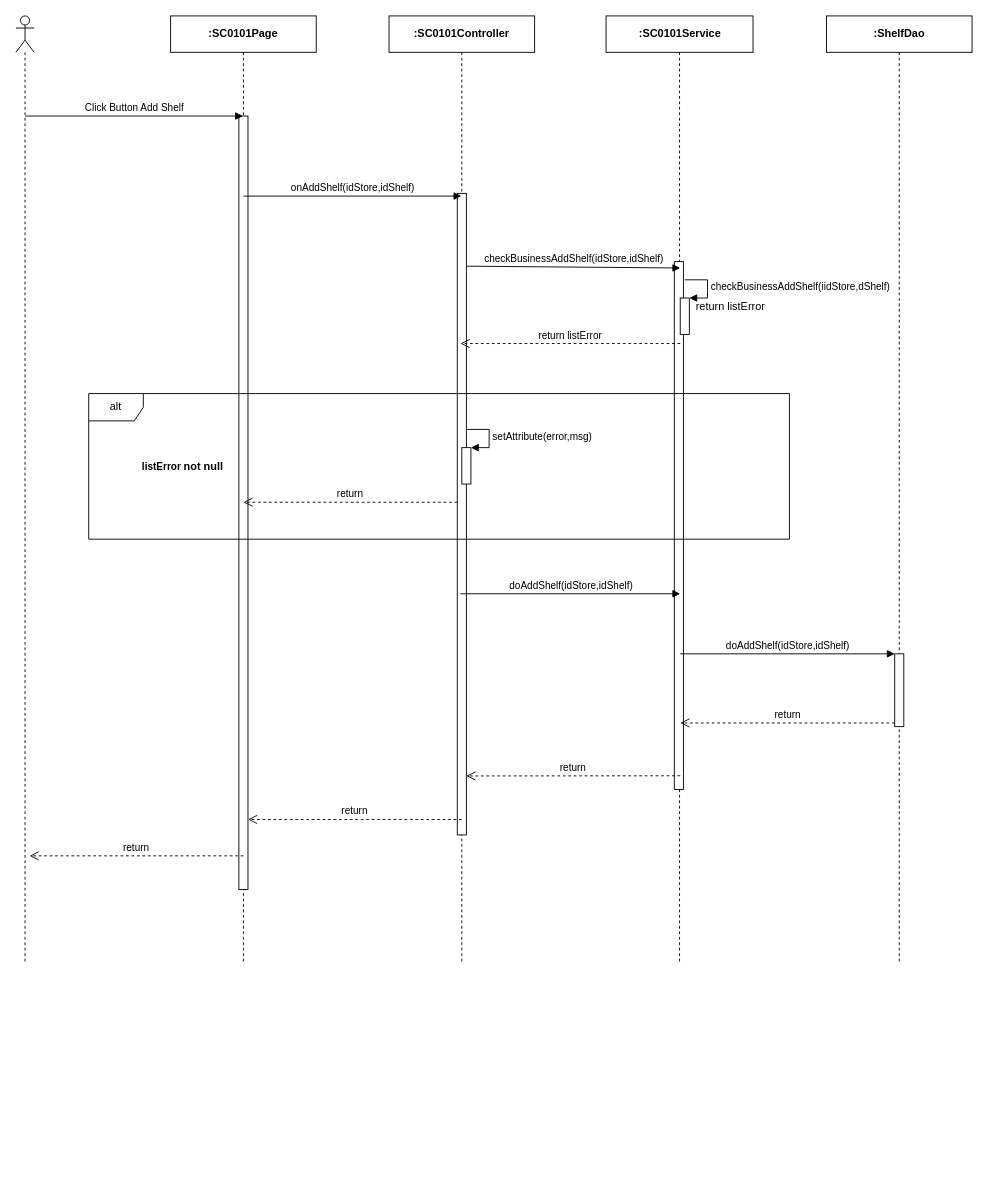
Above: page "Ev05" (5 of 7) of Users/LuanNM/SEQ Diagram Review/sc01/SC0101_StoreDetail.drawio in luannmdev/CapstoneDocument (draw.io), before the change. Source tidied: cells renumbered, new cells numbered last; positions are measured from the earlier drawing's top-left corner, leaving out a move shared by most shapes. Both pictures are drawn from the tidied source at 91%, with x=0, y=0 at pixel (15, 15).
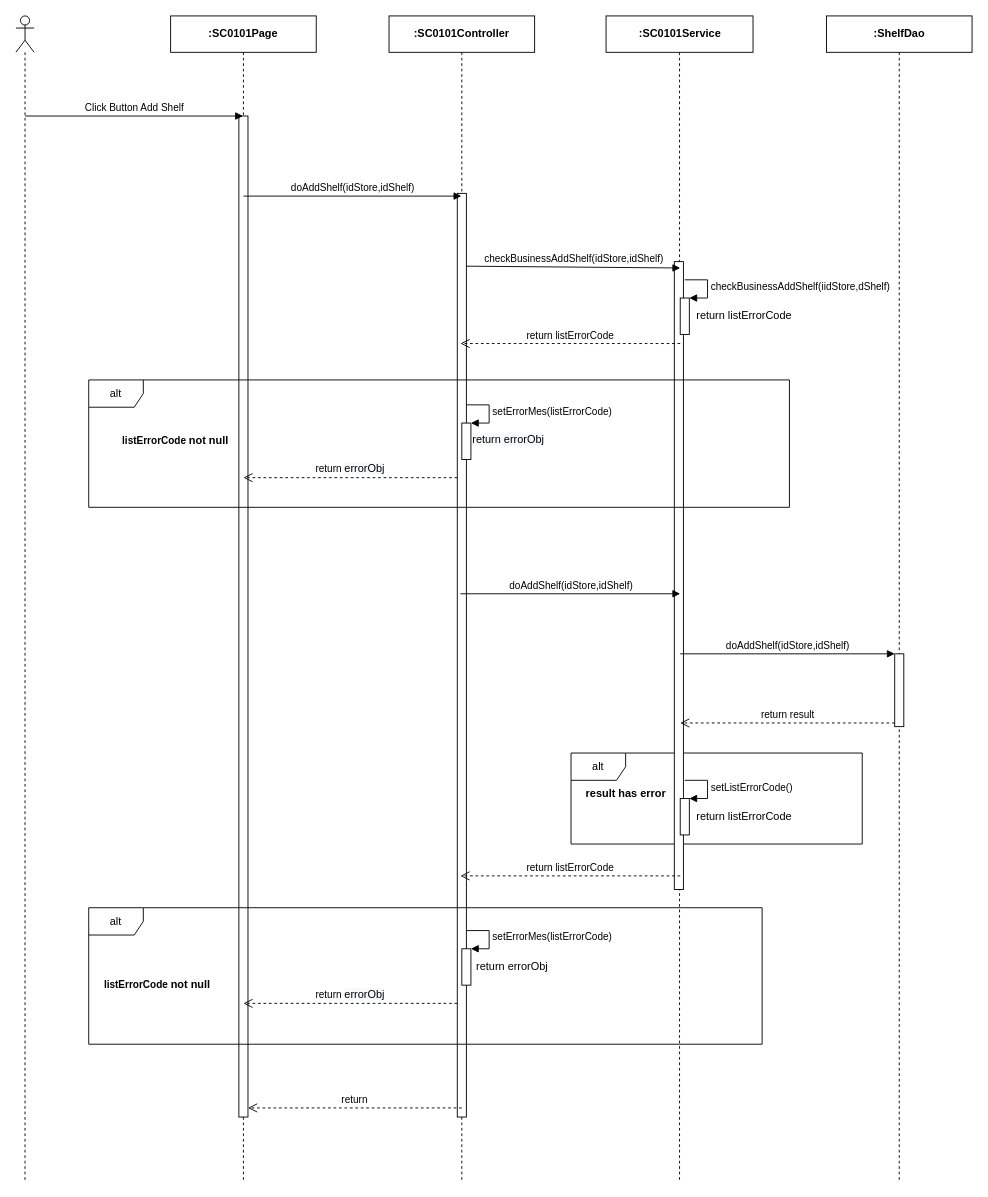
The same page after the edit.

Unchanged cells that the change refers to:
```xml
<mxCell id="24" style="html=1;points=[];perimeter=orthogonalPerimeter;" parent="1" vertex="1">
  <mxGeometry x="965.7" y="701" width="10" height="80" as="geometry" />
</mxCell>
```

The edit, as a diff of the source:
```diff
@@
+    <mxCell id="29" value="alt" style="shape=umlFrame;whiteSpace=wrap;html=1;" parent="1" vertex="1">
+      <mxGeometry x="610" y="810" width="320" height="100" as="geometry" />
+    </mxCell>
     <mxCell id="2" style="shape=umlLifeline;participant=umlActor;perimeter=lifelinePerimeter;whiteSpace=wrap;html=1;verticalAlign=top;spacingTop=36;" parent="1" vertex="1">
-      <mxGeometry width="20" height="1040" as="geometry" />
+      <mxGeometry width="20" height="1280" as="geometry" />
     </mxCell>
     <mxCell id="3" value="&lt;b&gt;:SC0101Page&lt;/b&gt;" style="shape=umlLifeline;perimeter=lifelinePerimeter;whiteSpace=wrap;html=1;outlineConnect=0;" parent="1" vertex="1">
-      <mxGeometry x="170" width="160" height="1040" as="geometry" />
+      <mxGeometry x="170" width="160" height="1280" as="geometry" />
     </mxCell>
     <mxCell id="4" style="html=1;perimeter=orthogonalPerimeter;" parent="3" vertex="1">
-      <mxGeometry x="75" y="110" width="10" height="850" as="geometry" />
+      <mxGeometry x="75" y="110" width="10" height="1100" as="geometry" />
     </mxCell>
     <mxCell id="5" value="&lt;b&gt;:ShelfDao&lt;/b&gt;" style="shape=umlLifeline;perimeter=lifelinePerimeter;whiteSpace=wrap;html=1;" parent="1" vertex="1">
-      <mxGeometry x="890.7" width="160" height="1040" as="geometry" />
+      <mxGeometry x="890.7" width="160" height="1280" as="geometry" />
     </mxCell>
     <mxCell id="6" value="&lt;b&gt;:&lt;/b&gt;&lt;b&gt;SC0101&lt;/b&gt;&lt;b&gt;Service&lt;/b&gt;" style="shape=umlLifeline;perimeter=lifelinePerimeter;whiteSpace=wrap;html=1;" parent="1" vertex="1">
-      <mxGeometry x="648.5" width="161.5" height="1040" as="geometry" />
+      <mxGeometry x="648.5" width="161.5" height="1280" as="geometry" />
     </mxCell>
     <mxCell id="7" style="html=1;perimeter=orthogonalPerimeter;" parent="6" vertex="1">
-      <mxGeometry x="75" y="270" width="10" height="580" as="geometry" />
+      <mxGeometry x="75" y="270" width="10" height="690" as="geometry" />
     </mxCell>
     <mxCell id="8" value="&lt;b&gt;:SC0101Controller&lt;/b&gt;" style="shape=umlLifeline;perimeter=lifelinePerimeter;whiteSpace=wrap;html=1;" parent="1" vertex="1">
-      <mxGeometry x="410" width="160" height="1040" as="geometry" />
+      <mxGeometry x="410" width="160" height="1280" as="geometry" />
     </mxCell>
     <mxCell id="9" style="html=1;perimeter=orthogonalPerimeter;" parent="8" vertex="1">
-      <mxGeometry x="75" y="195" width="10" height="705" as="geometry" />
+      <mxGeometry x="75" y="195" width="10" height="1015" as="geometry" />
     </mxCell>
@@
-    <mxCell id="11" value="onAddShelf(idStore,idShelf)" style="html=1;verticalAlign=bottom;endArrow=block;" parent="1" edge="1">
+    <mxCell id="11" value="doAddShelf(idStore,idShelf)" style="html=1;verticalAlign=bottom;endArrow=block;" parent="1" edge="1">
       <mxGeometry relative="1" as="geometry">
         <mxPoint x="250" y="198" as="sourcePoint" />
         <mxPoint x="489.5" y="198" as="targetPoint" />
       </mxGeometry>
     </mxCell>
@@
-    <mxCell id="13" value="return listError" style="html=1;verticalAlign=bottom;endArrow=open;dashed=1;endSize=8;" parent="1" edge="1">
+    <mxCell id="13" value="return listErrorCode" style="html=1;verticalAlign=bottom;endArrow=open;dashed=1;endSize=8;" parent="1" edge="1">
       <mxGeometry relative="1" as="geometry">
         <mxPoint x="730" y="360" as="sourcePoint" />
         <mxPoint x="488.5" y="360" as="targetPoint" />
       </mxGeometry>
     </mxCell>
-    <mxCell id="14" value="alt" style="shape=umlFrame;whiteSpace=wrap;html=1;" parent="1" vertex="1">
-      <mxGeometry x="80" y="415" width="770" height="160" as="geometry" />
-    </mxCell>
-    <mxCell id="15" value="&lt;span style=&quot;font-size: 11px ; background-color: rgb(255 , 255 , 255)&quot;&gt;&lt;b&gt;listError&amp;nbsp;&lt;/b&gt;&lt;/span&gt;&lt;b&gt;not null&lt;/b&gt;" style="text;html=1;align=center;verticalAlign=middle;" parent="1" vertex="1">
-      <mxGeometry x="133" y="485" width="100" height="20" as="geometry" />
-    </mxCell>
-    <mxCell id="16" style="html=1;points=[];perimeter=orthogonalPerimeter;" parent="1" vertex="1">
-      <mxGeometry x="490" y="474.4" width="10" height="40" as="geometry" />
-    </mxCell>
-    <mxCell id="17" value="setAttribute(error,msg)" style="edgeStyle=orthogonalEdgeStyle;html=1;align=left;spacingLeft=2;endArrow=block;rounded=0;entryX=1;entryY=0;" parent="1" edge="1" target="16">
-      <mxGeometry relative="1" as="geometry">
-        <mxPoint x="495" y="454.4" as="sourcePoint" />
-        <Array as="points">
-          <mxPoint x="520" y="454.4" />
-        </Array>
-      </mxGeometry>
-    </mxCell>
-    <mxCell id="18" value="return" style="html=1;verticalAlign=bottom;endArrow=open;dashed=1;endSize=8;" parent="1" edge="1">
-      <mxGeometry relative="1" as="geometry">
-        <mxPoint x="485" y="534.4" as="sourcePoint" />
-        <mxPoint x="250" y="534.4" as="targetPoint" />
-      </mxGeometry>
-    </mxCell>
@@
-    <mxCell id="20" value="return" style="html=1;verticalAlign=bottom;endArrow=open;dashed=1;endSize=8;" parent="1" edge="1">
-      <mxGeometry relative="1" as="geometry">
-        <mxPoint x="730" y="835" as="sourcePoint" />
-        <mxPoint x="495" y="835.2" as="targetPoint" />
-      </mxGeometry>
-    </mxCell>
@@
-    <mxCell id="23" value="return listError" style="text;html=1;align=center;verticalAlign=middle;" parent="1" vertex="1">
-      <mxGeometry x="740" y="310" width="90" height="20" as="geometry" />
+    <mxCell id="23" value="return listErrorCode" style="text;html=1;align=center;verticalAlign=middle;" parent="1" vertex="1">
+      <mxGeometry x="740" y="320" width="120" height="20" as="geometry" />
     </mxCell>
@@
-    <mxCell id="26" value="return" style="html=1;verticalAlign=bottom;endArrow=open;dashed=1;endSize=8;exitX=0;exitY=0.95;" parent="1" edge="1" source="24">
+    <mxCell id="26" value="return result" style="html=1;verticalAlign=bottom;endArrow=open;dashed=1;endSize=8;exitX=0;exitY=0.95;" parent="1" edge="1" source="24">
       <mxGeometry relative="1" as="geometry">
         <mxPoint x="730" y="777" as="targetPoint" />
       </mxGeometry>
     </mxCell>
     <mxCell id="27" value="return" style="html=1;verticalAlign=bottom;endArrow=open;dashed=1;endSize=8;" parent="1" edge="1">
       <mxGeometry relative="1" as="geometry">
-        <mxPoint x="490" y="883" as="sourcePoint" />
-        <mxPoint x="255" y="883" as="targetPoint" />
+        <mxPoint x="490" y="1200" as="sourcePoint" />
+        <mxPoint x="255" y="1200" as="targetPoint" />
       </mxGeometry>
     </mxCell>
-    <mxCell id="28" value="return" style="html=1;verticalAlign=bottom;endArrow=open;dashed=1;endSize=8;" parent="1" edge="1">
-      <mxGeometry relative="1" as="geometry">
-        <mxPoint x="250" y="923" as="sourcePoint" />
-        <mxPoint x="15" y="923" as="targetPoint" />
-      </mxGeometry>
-    </mxCell>
+    <mxCell id="30" value="alt" style="shape=umlFrame;whiteSpace=wrap;html=1;" parent="1" vertex="1">
+      <mxGeometry x="80" y="400" width="770" height="140" as="geometry" />
+    </mxCell>
+    <mxCell id="31" value="&lt;b&gt;&lt;span style=&quot;font-size: 11px ; background-color: rgb(255 , 255 , 255)&quot;&gt;listErrorCode&amp;nbsp;&lt;/span&gt;not null&lt;/b&gt;" style="text;html=1;align=center;verticalAlign=middle;" parent="1" vertex="1">
+      <mxGeometry x="110" y="457.4" width="130" height="20" as="geometry" />
+    </mxCell>
+    <mxCell id="32" style="html=1;points=[];perimeter=orthogonalPerimeter;" parent="1" vertex="1">
+      <mxGeometry x="490" y="447.4" width="10" height="40" as="geometry" />
+    </mxCell>
+    <mxCell id="33" value="setErrorMes(listErrorCode)" style="edgeStyle=orthogonalEdgeStyle;html=1;align=left;spacingLeft=2;endArrow=block;rounded=0;entryX=1;entryY=0;" parent="1" edge="1" target="32">
+      <mxGeometry relative="1" as="geometry">
+        <mxPoint x="495" y="427.4" as="sourcePoint" />
+        <Array as="points">
+          <mxPoint x="520" y="427.4" />
+        </Array>
+      </mxGeometry>
+    </mxCell>
+    <mxCell id="34" value="return&amp;nbsp;&lt;span style=&quot;font-size: 12px ; background-color: rgb(248 , 249 , 250)&quot;&gt;errorObj&lt;/span&gt;" style="html=1;verticalAlign=bottom;endArrow=open;dashed=1;endSize=8;" parent="1" edge="1">
+      <mxGeometry relative="1" as="geometry">
+        <mxPoint x="485" y="507.4" as="sourcePoint" />
+        <mxPoint x="250" y="507.4" as="targetPoint" />
+      </mxGeometry>
+    </mxCell>
+    <mxCell id="35" value="&lt;span style=&quot;color: rgb(0, 0, 0); font-family: helvetica; font-size: 12px; font-style: normal; font-weight: 400; letter-spacing: normal; text-align: center; text-indent: 0px; text-transform: none; word-spacing: 0px; background-color: rgb(248, 249, 250); display: inline; float: none;&quot;&gt;return errorObj&lt;/span&gt;" style="text;whiteSpace=wrap;html=1;" parent="1" vertex="1">
+      <mxGeometry x="500" y="452.4" width="100" height="30" as="geometry" />
+    </mxCell>
+    <mxCell id="36" value="alt" style="shape=umlFrame;whiteSpace=wrap;html=1;" parent="1" vertex="1">
+      <mxGeometry x="80" y="980" width="740" height="150" as="geometry" />
+    </mxCell>
+    <mxCell id="37" value="result has error" style="text;html=1;align=center;verticalAlign=middle;fontStyle=1;" parent="1" vertex="1">
+      <mxGeometry x="620" y="845" width="100" height="20" as="geometry" />
+    </mxCell>
+    <mxCell id="38" style="html=1;points=[];perimeter=orthogonalPerimeter;" parent="1" vertex="1">
+      <mxGeometry x="730" y="860" width="10" height="40" as="geometry" />
+    </mxCell>
+    <mxCell id="39" value="setListErrorCode()" style="edgeStyle=orthogonalEdgeStyle;html=1;align=left;spacingLeft=2;endArrow=block;rounded=0;entryX=1;entryY=0;" parent="1" edge="1" target="38">
+      <mxGeometry relative="1" as="geometry">
+        <mxPoint x="735" y="840" as="sourcePoint" />
+        <Array as="points">
+          <mxPoint x="760" y="840" />
+        </Array>
+      </mxGeometry>
+    </mxCell>
+    <mxCell id="40" value="return listErrorCode" style="text;html=1;align=center;verticalAlign=middle;" parent="1" vertex="1">
+      <mxGeometry x="740" y="870" width="120" height="20" as="geometry" />
+    </mxCell>
+    <mxCell id="41" style="html=1;points=[];perimeter=orthogonalPerimeter;" parent="1" vertex="1">
+      <mxGeometry x="490" y="1025.1" width="10" height="40" as="geometry" />
+    </mxCell>
+    <mxCell id="42" value="setErrorMes(listErrorCode)" style="edgeStyle=orthogonalEdgeStyle;html=1;align=left;spacingLeft=2;endArrow=block;rounded=0;entryX=1;entryY=0;" parent="1" edge="1" target="41">
+      <mxGeometry relative="1" as="geometry">
+        <mxPoint x="495" y="1005.1" as="sourcePoint" />
+        <Array as="points">
+          <mxPoint x="520" y="1005.1" />
+        </Array>
+      </mxGeometry>
+    </mxCell>
+    <mxCell id="43" value="return&amp;nbsp;&lt;span style=&quot;font-size: 12px ; background-color: rgb(248 , 249 , 250)&quot;&gt;errorObj&lt;/span&gt;" style="html=1;verticalAlign=bottom;endArrow=open;dashed=1;endSize=8;" parent="1" edge="1">
+      <mxGeometry relative="1" as="geometry">
+        <mxPoint x="485" y="1085.1" as="sourcePoint" />
+        <mxPoint x="250" y="1085.1" as="targetPoint" />
+      </mxGeometry>
+    </mxCell>
+    <mxCell id="44" value="return errorObj" style="text;html=1;align=center;verticalAlign=middle;" parent="1" vertex="1">
+      <mxGeometry x="500" y="1035.1" width="90" height="20" as="geometry" />
+    </mxCell>
+    <mxCell id="45" value="return listErrorCode" style="html=1;verticalAlign=bottom;endArrow=open;dashed=1;endSize=8;" parent="1" edge="1">
+      <mxGeometry relative="1" as="geometry">
+        <mxPoint x="730" y="945" as="sourcePoint" />
+        <mxPoint x="488.5" y="945" as="targetPoint" />
+      </mxGeometry>
+    </mxCell>
+    <mxCell id="46" value="&lt;b&gt;&lt;span style=&quot;font-size: 11px ; background-color: rgb(255 , 255 , 255)&quot;&gt;listErrorCode&amp;nbsp;&lt;/span&gt;not null&lt;/b&gt;" style="text;html=1;align=center;verticalAlign=middle;" parent="1" vertex="1">
+      <mxGeometry x="90" y="1055" width="130" height="20" as="geometry" />
+    </mxCell>
```
